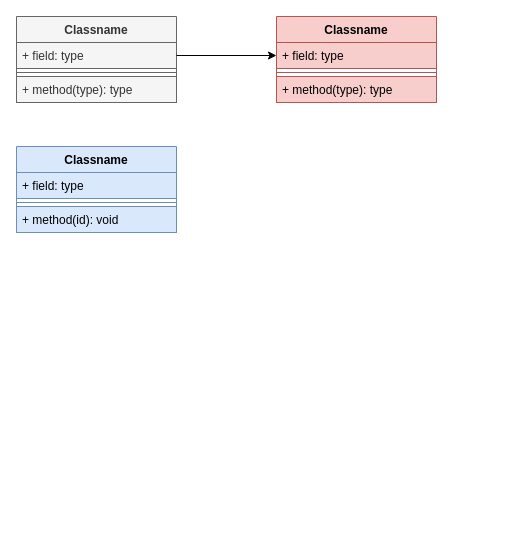
This is Untitled Diagram.drawio from taozhongyu/spark2.3, a draw.io file, before an edit. Source tidied: cells renumbered, new cells numbered last; positions are measured from the earlier drawing's top-left corner, leaving out a move shared by most shapes. Both pictures are drawn from the tidied source at 100%, with x=0, y=0 at pixel (16, 16).
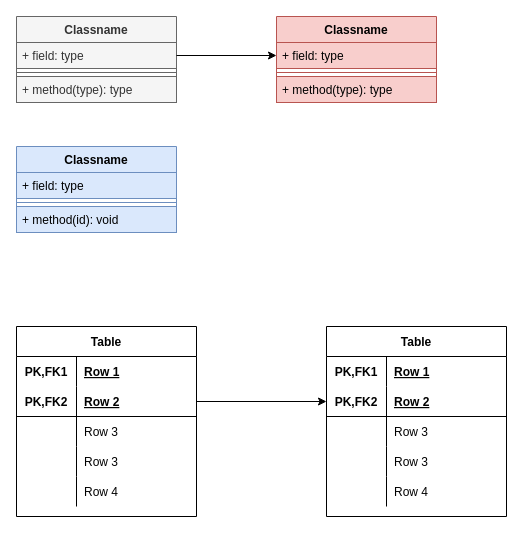
The same diagram, later.

What changed in the source:
```diff
@@
+    <mxCell id="15" value="Table" style="shape=table;startSize=30;childLayout=tableLayout;rowLines=0;fontStyle=1;align=center;" parent="1" vertex="1">
+      <mxGeometry y="310" width="180" height="190" as="geometry" />
+    </mxCell>
+    <mxCell id="16" style="shape=tableRow;horizontal=0;startSize=0;swimlaneHead=0;swimlaneBody=0;fillColor=none;top=0;left=0;right=0;bottom=0;" parent="15" vertex="1">
+      <mxGeometry y="30" width="180" height="30" as="geometry" />
+    </mxCell>
+    <mxCell id="17" value="PK,FK1" style="shape=partialRectangle;fillColor=none;top=0;left=0;bottom=0;right=0;fontStyle=1;overflow=hidden;" parent="16" vertex="1">
+      <mxGeometry width="60" height="30" as="geometry" />
+    </mxCell>
+    <mxCell id="18" value="Row 1" style="shape=partialRectangle;fillColor=none;top=0;left=0;bottom=0;right=0;align=left;spacingLeft=6;fontStyle=5;overflow=hidden;" parent="16" vertex="1">
+      <mxGeometry x="60" width="120" height="30" as="geometry" />
+    </mxCell>
+    <mxCell id="19" style="shape=tableRow;horizontal=0;startSize=0;swimlaneHead=0;swimlaneBody=0;fillColor=none;points=[[0,0.5],[1,0.5]];portConstraint=eastwest;top=0;left=0;right=0;bottom=1;" parent="15" vertex="1">
+      <mxGeometry y="60" width="180" height="30" as="geometry" />
+    </mxCell>
+    <mxCell id="20" value="PK,FK2" style="shape=partialRectangle;fillColor=none;top=0;left=0;bottom=0;right=0;fontStyle=1;overflow=hidden;" parent="19" vertex="1">
+      <mxGeometry width="60" height="30" as="geometry" />
+    </mxCell>
+    <mxCell id="21" value="Row 2" style="shape=partialRectangle;fillColor=none;top=0;left=0;bottom=0;right=0;align=left;spacingLeft=6;fontStyle=5;overflow=hidden;" parent="19" vertex="1">
+      <mxGeometry x="60" width="120" height="30" as="geometry" />
+    </mxCell>
+    <mxCell id="22" style="shape=tableRow;horizontal=0;startSize=0;swimlaneHead=0;swimlaneBody=0;fillColor=none;top=0;left=0;right=0;bottom=0;" parent="15" vertex="1">
+      <mxGeometry y="90" width="180" height="30" as="geometry" />
+    </mxCell>
+    <mxCell id="23" style="shape=partialRectangle;fillColor=none;top=0;left=0;bottom=0;right=0;overflow=hidden;" parent="22" vertex="1">
+      <mxGeometry width="60" height="30" as="geometry" />
+    </mxCell>
+    <mxCell id="24" value="Row 3" style="shape=partialRectangle;fillColor=none;top=0;left=0;bottom=0;right=0;align=left;spacingLeft=6;overflow=hidden;" parent="22" vertex="1">
+      <mxGeometry x="60" width="120" height="30" as="geometry" />
+    </mxCell>
+    <mxCell id="25" style="shape=tableRow;horizontal=0;startSize=0;swimlaneHead=0;swimlaneBody=0;fillColor=none;top=0;left=0;right=0;bottom=0;" parent="15" vertex="1">
+      <mxGeometry y="120" width="180" height="30" as="geometry" />
+    </mxCell>
+    <mxCell id="26" style="shape=partialRectangle;fillColor=none;top=0;left=0;bottom=0;right=0;overflow=hidden;" parent="25" vertex="1">
+      <mxGeometry width="60" height="30" as="geometry" />
+    </mxCell>
+    <mxCell id="27" value="Row 3" style="shape=partialRectangle;fillColor=none;top=0;left=0;bottom=0;right=0;align=left;spacingLeft=6;overflow=hidden;" parent="25" vertex="1">
+      <mxGeometry x="60" width="120" height="30" as="geometry" />
+    </mxCell>
+    <mxCell id="28" style="shape=tableRow;horizontal=0;startSize=0;swimlaneHead=0;swimlaneBody=0;fillColor=none;top=0;left=0;right=0;bottom=0;" parent="15" vertex="1">
+      <mxGeometry y="150" width="180" height="30" as="geometry" />
+    </mxCell>
+    <mxCell id="29" style="shape=partialRectangle;fillColor=none;top=0;left=0;bottom=0;right=0;overflow=hidden;" parent="28" vertex="1">
+      <mxGeometry width="60" height="30" as="geometry" />
+    </mxCell>
+    <mxCell id="30" value="Row 4" style="shape=partialRectangle;fillColor=none;top=0;left=0;bottom=0;right=0;align=left;spacingLeft=6;overflow=hidden;" parent="28" vertex="1">
+      <mxGeometry x="60" width="120" height="30" as="geometry" />
+    </mxCell>
+    <mxCell id="31" value="Table" style="shape=table;startSize=30;childLayout=tableLayout;rowLines=0;fontStyle=1;align=center;" parent="1" vertex="1">
+      <mxGeometry x="310" y="310" width="180" height="190" as="geometry" />
+    </mxCell>
+    <mxCell id="32" style="shape=tableRow;horizontal=0;startSize=0;swimlaneHead=0;swimlaneBody=0;fillColor=none;top=0;left=0;right=0;bottom=0;" parent="31" vertex="1">
+      <mxGeometry y="30" width="180" height="30" as="geometry" />
+    </mxCell>
+    <mxCell id="33" value="PK,FK1" style="shape=partialRectangle;fillColor=none;top=0;left=0;bottom=0;right=0;fontStyle=1;overflow=hidden;" parent="32" vertex="1">
+      <mxGeometry width="60" height="30" as="geometry" />
+    </mxCell>
+    <mxCell id="34" value="Row 1" style="shape=partialRectangle;fillColor=none;top=0;left=0;bottom=0;right=0;align=left;spacingLeft=6;fontStyle=5;overflow=hidden;" parent="32" vertex="1">
+      <mxGeometry x="60" width="120" height="30" as="geometry" />
+    </mxCell>
+    <mxCell id="35" style="shape=tableRow;horizontal=0;startSize=0;swimlaneHead=0;swimlaneBody=0;fillColor=none;points=[[0,0.5],[1,0.5]];portConstraint=eastwest;top=0;left=0;right=0;bottom=1;" parent="31" vertex="1">
+      <mxGeometry y="60" width="180" height="30" as="geometry" />
+    </mxCell>
+    <mxCell id="36" value="PK,FK2" style="shape=partialRectangle;fillColor=none;top=0;left=0;bottom=0;right=0;fontStyle=1;overflow=hidden;" parent="35" vertex="1">
+      <mxGeometry width="60" height="30" as="geometry" />
+    </mxCell>
+    <mxCell id="37" value="Row 2" style="shape=partialRectangle;fillColor=none;top=0;left=0;bottom=0;right=0;align=left;spacingLeft=6;fontStyle=5;overflow=hidden;" parent="35" vertex="1">
+      <mxGeometry x="60" width="120" height="30" as="geometry" />
+    </mxCell>
+    <mxCell id="38" style="shape=tableRow;horizontal=0;startSize=0;swimlaneHead=0;swimlaneBody=0;fillColor=none;top=0;left=0;right=0;bottom=0;" parent="31" vertex="1">
+      <mxGeometry y="90" width="180" height="30" as="geometry" />
+    </mxCell>
+    <mxCell id="39" style="shape=partialRectangle;fillColor=none;top=0;left=0;bottom=0;right=0;overflow=hidden;" parent="38" vertex="1">
+      <mxGeometry width="60" height="30" as="geometry" />
+    </mxCell>
+    <mxCell id="40" value="Row 3" style="shape=partialRectangle;fillColor=none;top=0;left=0;bottom=0;right=0;align=left;spacingLeft=6;overflow=hidden;" parent="38" vertex="1">
+      <mxGeometry x="60" width="120" height="30" as="geometry" />
+    </mxCell>
+    <mxCell id="41" style="shape=tableRow;horizontal=0;startSize=0;swimlaneHead=0;swimlaneBody=0;fillColor=none;top=0;left=0;right=0;bottom=0;" parent="31" vertex="1">
+      <mxGeometry y="120" width="180" height="30" as="geometry" />
+    </mxCell>
+    <mxCell id="42" style="shape=partialRectangle;fillColor=none;top=0;left=0;bottom=0;right=0;overflow=hidden;" parent="41" vertex="1">
+      <mxGeometry width="60" height="30" as="geometry" />
+    </mxCell>
+    <mxCell id="43" value="Row 3" style="shape=partialRectangle;fillColor=none;top=0;left=0;bottom=0;right=0;align=left;spacingLeft=6;overflow=hidden;" parent="41" vertex="1">
+      <mxGeometry x="60" width="120" height="30" as="geometry" />
+    </mxCell>
+    <mxCell id="44" style="shape=tableRow;horizontal=0;startSize=0;swimlaneHead=0;swimlaneBody=0;fillColor=none;top=0;left=0;right=0;bottom=0;" parent="31" vertex="1">
+      <mxGeometry y="150" width="180" height="30" as="geometry" />
+    </mxCell>
+    <mxCell id="45" style="shape=partialRectangle;fillColor=none;top=0;left=0;bottom=0;right=0;overflow=hidden;" parent="44" vertex="1">
+      <mxGeometry width="60" height="30" as="geometry" />
+    </mxCell>
+    <mxCell id="46" value="Row 4" style="shape=partialRectangle;fillColor=none;top=0;left=0;bottom=0;right=0;align=left;spacingLeft=6;overflow=hidden;" parent="44" vertex="1">
+      <mxGeometry x="60" width="120" height="30" as="geometry" />
+    </mxCell>
+    <mxCell id="47" style="edgeStyle=orthogonalEdgeStyle;rounded=0;jettySize=auto;html=1;exitX=1;exitY=0.5;exitDx=0;exitDy=0;entryX=0;entryY=0.5;entryDx=0;entryDy=0;" parent="1" edge="1" source="19" target="35">
+      <mxGeometry relative="1" as="geometry" />
+    </mxCell>
```
